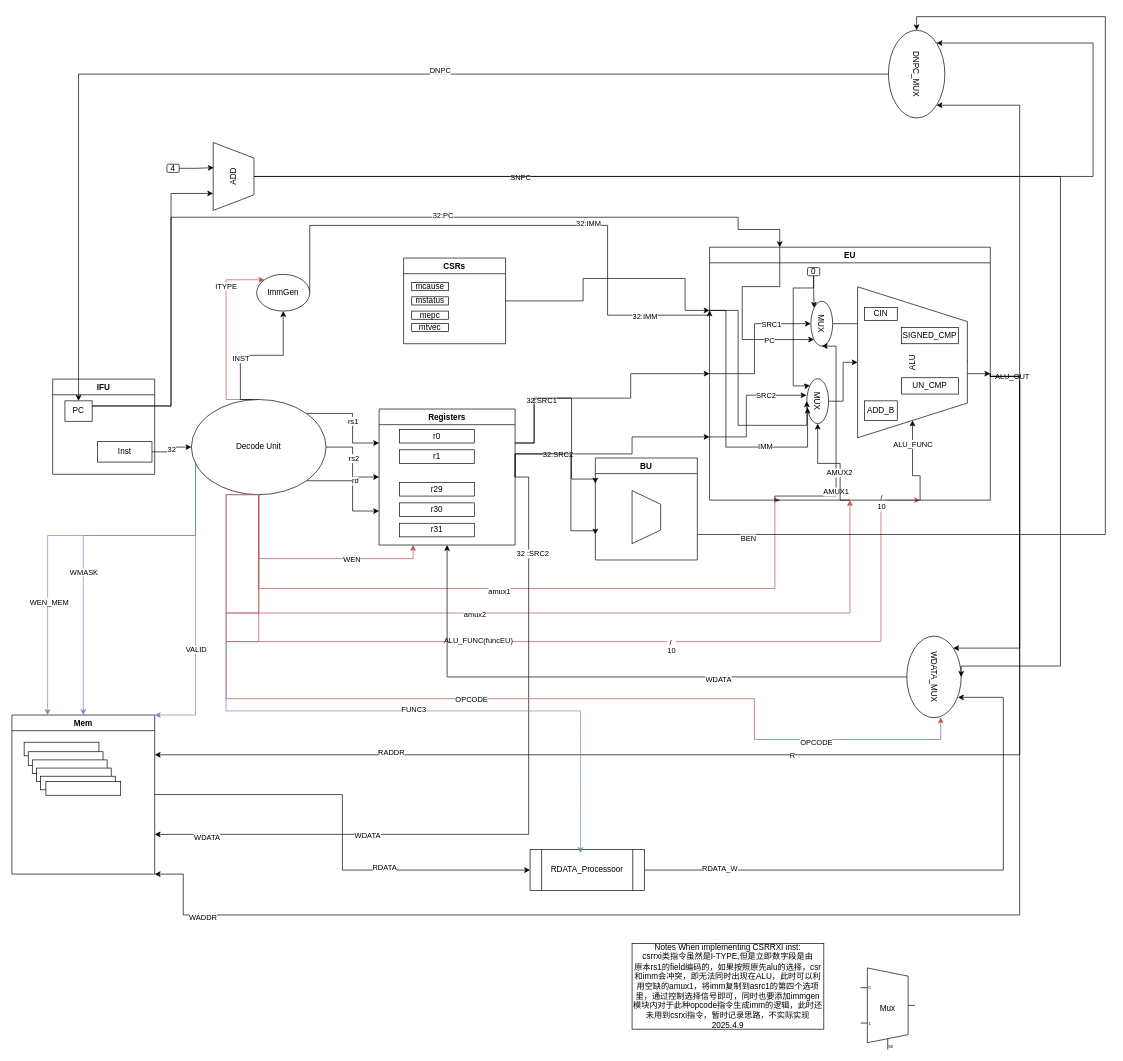
Above: page "第 1 页" (1 of 3) of cpu.drawio in rand-kcs/cpu-design (draw.io), before the change. Source tidied: cells renumbered, new cells numbered last; positions are measured from the earlier drawing's top-left corner, leaving out a move shared by most shapes. Both pictures are drawn from the tidied source at 68%, with x=0, y=0 at pixel (12, 16).
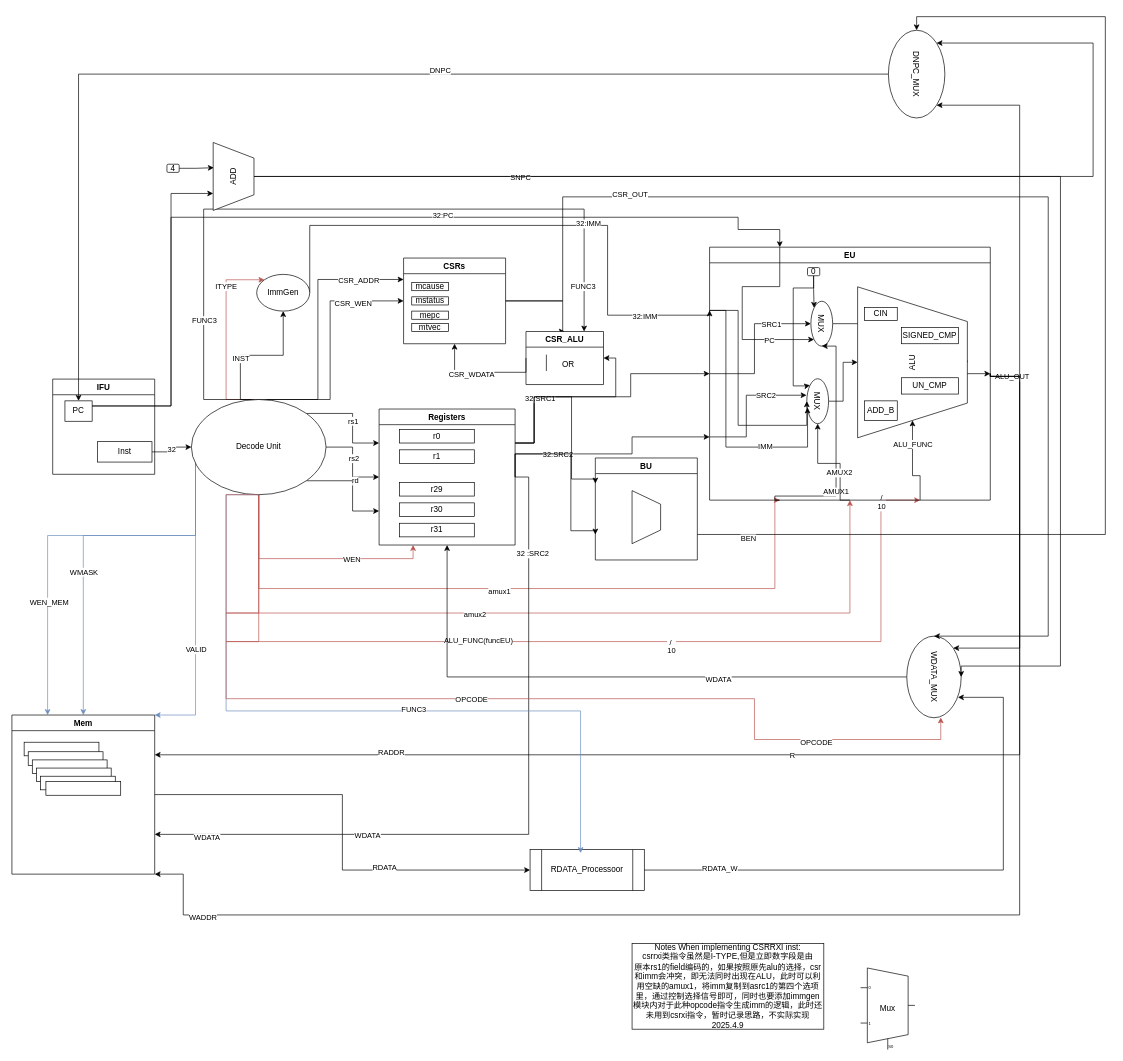
Above is the later version.

Commit message:
another verison of csr

The change refers to these unchanged cells:
```xml
<mxCell id="31" value="Decode Unit" style="ellipse;whiteSpace=wrap;html=1;" parent="1" vertex="1">
  <mxGeometry x="264" y="563" width="198" height="140" as="geometry" />
</mxCell>
<mxCell id="53" value="Registers" style="swimlane;whiteSpace=wrap;html=1;" parent="1" vertex="1">
  <mxGeometry x="540" y="577" width="200" height="200" as="geometry" />
</mxCell>
<mxCell id="70" value="EU" style="swimlane;whiteSpace=wrap;html=1;" parent="1" vertex="1">
  <mxGeometry x="1026" y="339" width="412.8" height="372" as="geometry" />
</mxCell>
<mxCell id="103" value="WDATA_MUX" style="ellipse;whiteSpace=wrap;html=1;rotation=90;" parent="1" vertex="1">
  <mxGeometry x="1296" y="931" width="120" height="80" as="geometry" />
</mxCell>
<mxCell id="125" value="BU" style="swimlane;whiteSpace=wrap;html=1;" parent="1" vertex="1">
  <mxGeometry x="858" y="649" width="150" height="150" as="geometry" />
</mxCell>
<mxCell id="128" value="CSRs" style="swimlane;whiteSpace=wrap;html=1;" parent="1" vertex="1">
  <mxGeometry x="576" y="355" width="150" height="126" as="geometry" />
</mxCell>
```

Change to the diagram source:
```diff
@@
+    <mxCell id="134" style="edgeStyle=orthogonalEdgeStyle;rounded=0;jettySize=auto;html=1;exitX=0.5;exitY=0;exitDx=0;exitDy=0;entryX=0;entryY=0.25;entryDx=0;entryDy=0;" parent="1" edge="1" source="31" target="128">
+      <mxGeometry relative="1" as="geometry">
+        <Array as="points">
+          <mxPoint x="450" y="563" />
+          <mxPoint x="450" y="386" />
+        </Array>
+      </mxGeometry>
+    </mxCell>
+    <mxCell id="135" value="CSR_ADDR" style="edgeLabel;html=1;align=center;verticalAlign=middle;" parent="134" vertex="1">
+      <mxGeometry x="0.66" y="-1" relative="1" as="geometry" />
+    </mxCell>
+    <mxCell id="136" style="edgeStyle=orthogonalEdgeStyle;rounded=0;jettySize=auto;html=1;exitX=0.5;exitY=0;exitDx=0;exitDy=0;entryX=0;entryY=0.5;entryDx=0;entryDy=0;" parent="1" edge="1" source="31" target="128">
+      <mxGeometry relative="1" as="geometry">
+        <Array as="points">
+          <mxPoint x="468" y="563" />
+          <mxPoint x="468" y="418" />
+        </Array>
+      </mxGeometry>
+    </mxCell>
+    <mxCell id="137" value="CSR_WEN" style="edgeLabel;html=1;align=center;verticalAlign=middle;" parent="136" vertex="1">
+      <mxGeometry x="0.58" y="-3" relative="1" as="geometry" />
+    </mxCell>
+    <mxCell id="138" style="edgeStyle=orthogonalEdgeStyle;rounded=0;jettySize=auto;html=1;exitX=0.5;exitY=0;exitDx=0;exitDy=0;entryX=0.75;entryY=0;entryDx=0;entryDy=0;" parent="1" edge="1" source="31" target="147">
+      <mxGeometry relative="1" as="geometry">
+        <Array as="points">
+          <mxPoint x="282" y="563" />
+          <mxPoint x="282" y="283" />
+          <mxPoint x="841" y="283" />
+        </Array>
+      </mxGeometry>
+    </mxCell>
+    <mxCell id="139" value="FUNC3" style="edgeLabel;html=1;align=center;verticalAlign=middle;" parent="138" vertex="1">
+      <mxGeometry x="-0.64" relative="1" as="geometry" />
+    </mxCell>
+    <mxCell id="140" value="FUNC3" style="edgeLabel;html=1;align=center;verticalAlign=middle;" parent="138" vertex="1">
+      <mxGeometry x="0.88" y="-2" relative="1" as="geometry" />
+    </mxCell>
@@
     <mxCell id="36" style="edgeStyle=orthogonalEdgeStyle;rounded=0;jettySize=auto;html=1;exitX=1;exitY=0.25;exitDx=0;exitDy=0;entryX=0;entryY=0.5;entryDx=0;entryDy=0;" parent="1" edge="1" source="53" target="70">
       <mxGeometry relative="1" as="geometry">
         <Array as="points">
           <mxPoint x="768" y="627" />
-          <mxPoint x="768" y="561" />
-          <mxPoint x="910" y="561" />
+          <mxPoint x="768" y="559" />
+          <mxPoint x="910" y="559" />
           <mxPoint x="910" y="525" />
         </Array>
       </mxGeometry>
     </mxCell>
@@
     <mxCell id="51" style="edgeStyle=orthogonalEdgeStyle;rounded=0;jettySize=auto;html=1;exitX=1;exitY=0.25;exitDx=0;exitDy=0;entryX=0;entryY=0.25;entryDx=0;entryDy=0;" parent="1" edge="1" source="53" target="125">
       <mxGeometry relative="1" as="geometry">
         <Array as="points">
           <mxPoint x="768" y="627" />
-          <mxPoint x="768" y="561" />
-          <mxPoint x="823" y="561" />
+          <mxPoint x="768" y="559" />
+          <mxPoint x="823" y="559" />
           <mxPoint x="823" y="680" />
           <mxPoint x="858" y="680" />
         </Array>
       </mxGeometry>
     </mxCell>
@@
+    <mxCell id="141" style="edgeStyle=orthogonalEdgeStyle;rounded=0;jettySize=auto;html=1;exitX=1;exitY=0.25;exitDx=0;exitDy=0;entryX=1;entryY=0.5;entryDx=0;entryDy=0;" parent="1" edge="1" source="53" target="147">
+      <mxGeometry relative="1" as="geometry">
+        <Array as="points">
+          <mxPoint x="768" y="627" />
+          <mxPoint x="768" y="559" />
+          <mxPoint x="888" y="559" />
+          <mxPoint x="888" y="502" />
+        </Array>
+      </mxGeometry>
+    </mxCell>
@@
-    <mxCell id="127" style="edgeStyle=orthogonalEdgeStyle;rounded=0;jettySize=auto;html=1;exitX=1;exitY=0.5;exitDx=0;exitDy=0;entryX=0;entryY=0.25;entryDx=0;entryDy=0;" parent="1" edge="1" source="128" target="70">
-      <mxGeometry relative="1" as="geometry">
-        <Array as="points">
-          <mxPoint x="840" y="418" />
-          <mxPoint x="840" y="385" />
-          <mxPoint x="990" y="385" />
-          <mxPoint x="990" y="432" />
-        </Array>
-      </mxGeometry>
-    </mxCell>
+    <mxCell id="142" style="edgeStyle=orthogonalEdgeStyle;rounded=0;jettySize=auto;html=1;exitX=1;exitY=0.5;exitDx=0;exitDy=0;entryX=0;entryY=0.5;entryDx=0;entryDy=0;" parent="1" edge="1" source="128" target="103">
+      <mxGeometry relative="1" as="geometry">
+        <Array as="points">
+          <mxPoint x="810" y="418" />
+          <mxPoint x="810" y="265" />
+          <mxPoint x="1524" y="265" />
+          <mxPoint x="1524" y="911" />
+        </Array>
+      </mxGeometry>
+    </mxCell>
+    <mxCell id="143" value="CSR_OUT" style="edgeLabel;html=1;align=center;verticalAlign=middle;" parent="142" vertex="1">
+      <mxGeometry x="-0.62" y="4" relative="1" as="geometry" />
+    </mxCell>
+    <mxCell id="144" style="edgeStyle=orthogonalEdgeStyle;rounded=0;jettySize=auto;html=1;exitX=1;exitY=0.5;exitDx=0;exitDy=0;entryX=0.5;entryY=0;entryDx=0;entryDy=0;" parent="1" edge="1" source="128" target="147">
+      <mxGeometry relative="1" as="geometry">
+        <Array as="points">
+          <mxPoint x="810" y="418" />
+          <mxPoint x="810" y="463" />
+        </Array>
+      </mxGeometry>
+    </mxCell>
@@
+    <mxCell id="145" style="edgeStyle=orthogonalEdgeStyle;rounded=0;jettySize=auto;html=1;exitX=0;exitY=0.5;exitDx=0;exitDy=0;entryX=0.5;entryY=1;entryDx=0;entryDy=0;" parent="1" edge="1" source="147" target="128">
+      <mxGeometry relative="1" as="geometry">
+        <Array as="points">
+          <mxPoint x="756" y="523" />
+          <mxPoint x="651" y="523" />
+        </Array>
+      </mxGeometry>
+    </mxCell>
+    <mxCell id="146" value="CSR_WDATA" style="edgeLabel;html=1;align=center;verticalAlign=middle;" parent="145" vertex="1">
+      <mxGeometry x="0.22" y="2" relative="1" as="geometry" />
+    </mxCell>
+    <mxCell id="147" value="CSR_ALU" style="swimlane;whiteSpace=wrap;html=1;" parent="1" vertex="1">
+      <mxGeometry x="756" y="463" width="114" height="78" as="geometry" />
+    </mxCell>
+    <mxCell id="148" style="endArrow=none;html=1;rounded=0;" parent="147" edge="1">
+      <mxGeometry relative="1" as="geometry">
+        <mxPoint x="30" y="58" as="sourcePoint" />
+        <mxPoint x="30" y="34" as="targetPoint" />
+      </mxGeometry>
+    </mxCell>
+    <mxCell id="149" value="OR" style="text;html=1;align=center;verticalAlign=middle;strokeColor=none;fillColor=none;" parent="1" vertex="1">
+      <mxGeometry x="797" y="497" width="42" height="30" as="geometry" />
+    </mxCell>
```
